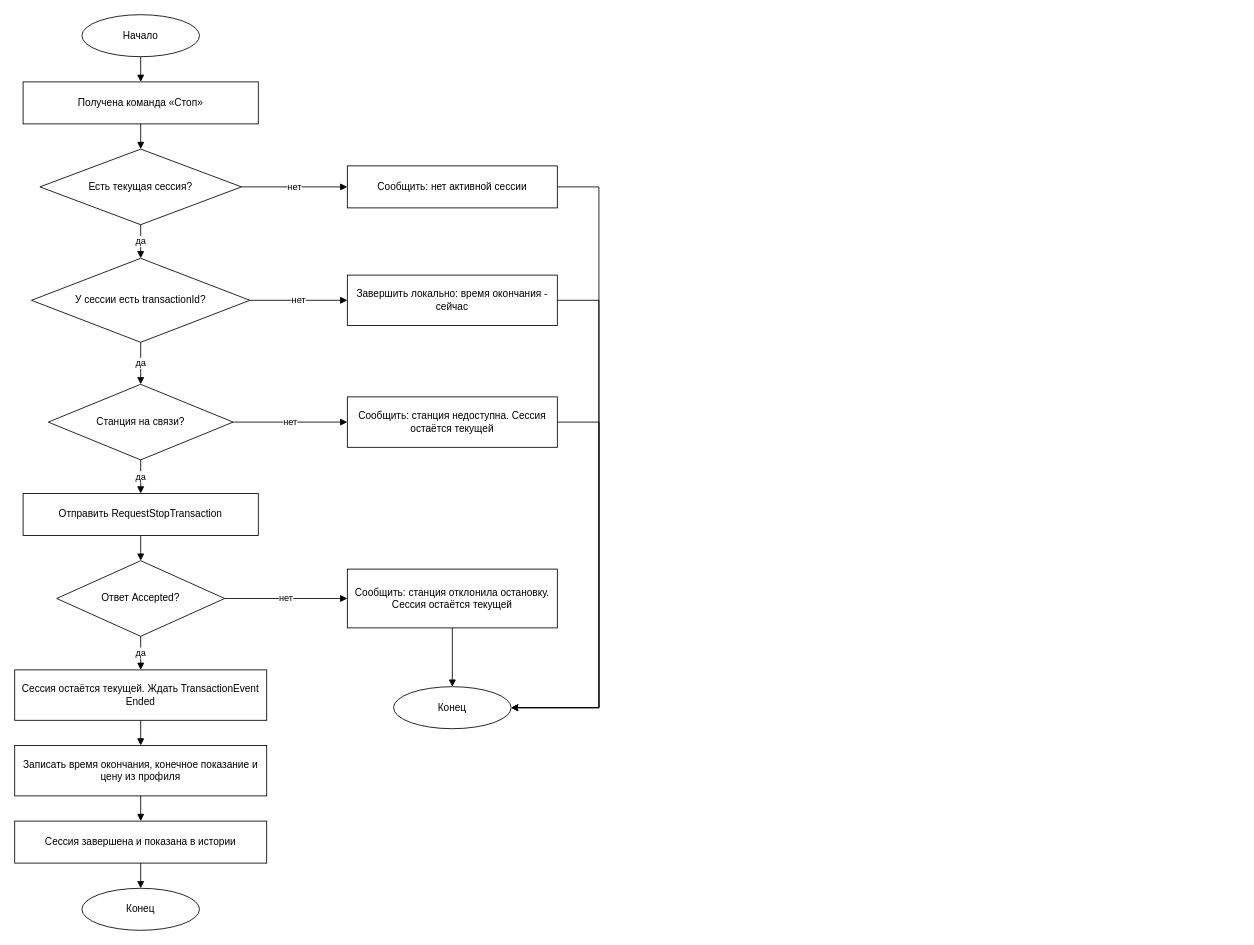
Above: Диаграммы/Остановка сессии (2.8).drawio in PetrachkovArtem/diplom (draw.io), before the change. Source tidied: cells renumbered, new cells numbered last; positions are measured from the earlier drawing's top-left corner, leaving out a move shared by most shapes. Both pictures are drawn from the tidied source at 84%, with x=0, y=0 at pixel (14, 14).
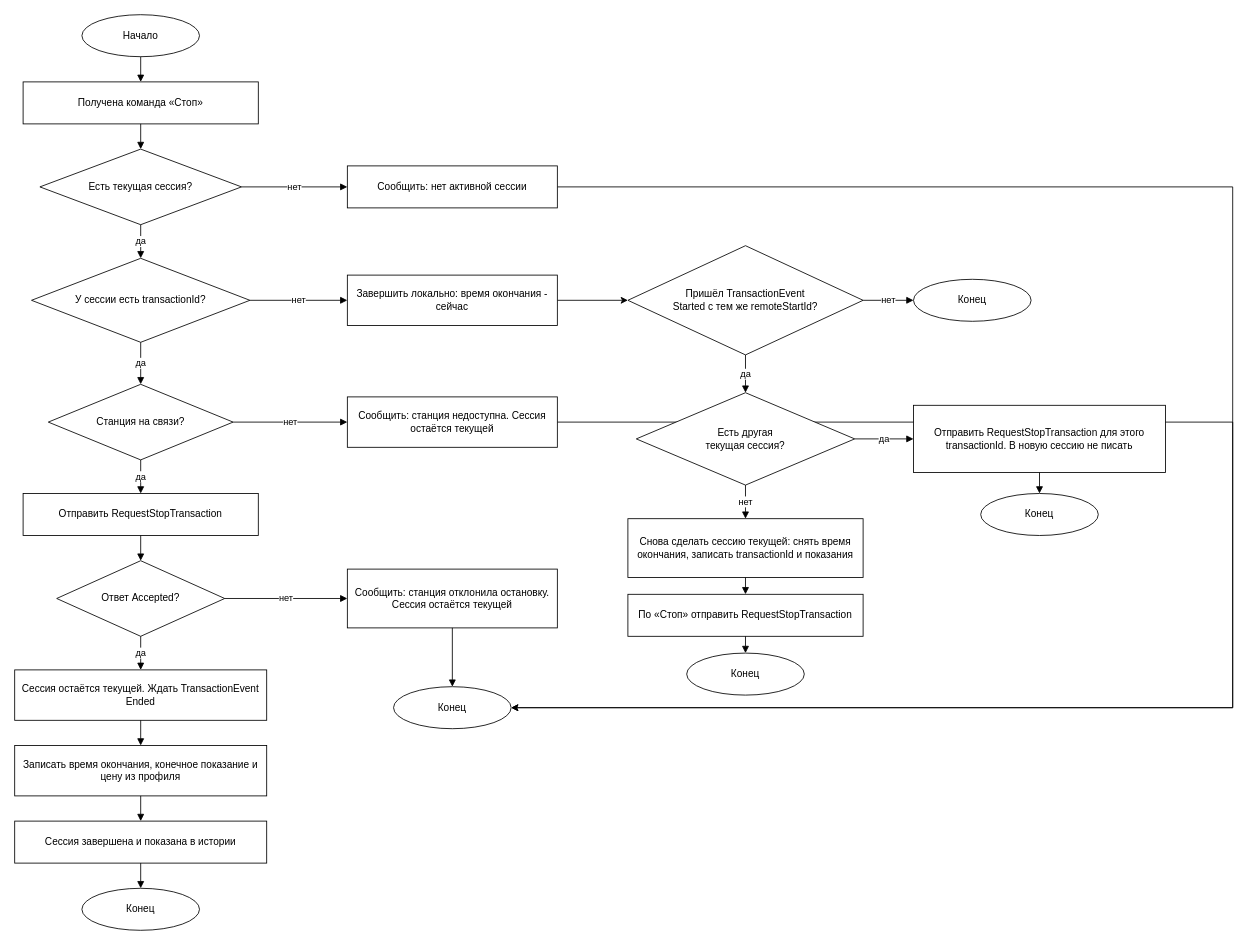
The same page after the edit.

Unchanged cells that the change refers to:
```xml
<mxCell id="14" value="Сообщить: нет активной сессии" style="rounded=0;whiteSpace=wrap;html=1;fillColor=#ffffff;strokeColor=#000000;fontColor=#000000;" parent="1" vertex="1">
  <mxGeometry x="396" y="180" width="250" height="50" as="geometry" />
</mxCell>
<mxCell id="16" value="Завершить локально: время окончания - сейчас" style="rounded=0;whiteSpace=wrap;html=1;fillColor=#ffffff;strokeColor=#000000;fontColor=#000000;" parent="1" vertex="1">
  <mxGeometry x="396" y="310" width="250" height="60" as="geometry" />
</mxCell>
<mxCell id="18" value="Сообщить: станция недоступна. Сессия остаётся текущей" style="rounded=0;whiteSpace=wrap;html=1;fillColor=#ffffff;strokeColor=#000000;fontColor=#000000;" parent="1" vertex="1">
  <mxGeometry x="396" y="455" width="250" height="60" as="geometry" />
</mxCell>
<mxCell id="20" value="Конец" style="ellipse;whiteSpace=wrap;html=1;fillColor=#ffffff;strokeColor=#000000;fontColor=#000000;" parent="1" vertex="1">
  <mxGeometry x="451" y="800" width="140" height="50" as="geometry" />
</mxCell>
```

What changed in the source:
```diff
@@
     <mxCell id="13" style="edgeStyle=orthogonalEdgeStyle;rounded=0;jettySize=auto;html=1;entryX=1;entryY=0.5;entryDx=0;entryDy=0;defaultLabelBackgroundColor=page;" parent="1" edge="1" source="14" target="20">
       <mxGeometry relative="1" as="geometry">
         <Array as="points">
-          <mxPoint x="695.5" y="205" />
-          <mxPoint x="695.5" y="825" />
+          <mxPoint x="1450" y="205" />
+          <mxPoint x="1450" y="825" />
         </Array>
       </mxGeometry>
     </mxCell>
@@
-    <mxCell id="15" style="edgeStyle=orthogonalEdgeStyle;rounded=0;jettySize=auto;html=1;entryX=1;entryY=0.5;entryDx=0;entryDy=0;defaultLabelBackgroundColor=page;" parent="1" edge="1" source="16" target="20">
-      <mxGeometry relative="1" as="geometry">
-        <Array as="points">
-          <mxPoint x="695.5" y="340" />
-          <mxPoint x="695.5" y="825" />
-        </Array>
-      </mxGeometry>
+    <mxCell id="15" style="edgeStyle=orthogonalEdgeStyle;rounded=0;jettySize=auto;html=1;exitX=1;exitY=0.5;entryX=0;entryY=0.5;strokeColor=#000000;fontColor=#000000;" parent="1" edge="1" source="16" target="36">
+      <mxGeometry relative="1" as="geometry" />
     </mxCell>
@@
     <mxCell id="17" style="edgeStyle=orthogonalEdgeStyle;rounded=0;jettySize=auto;html=1;entryX=1;entryY=0.5;entryDx=0;entryDy=0;defaultLabelBackgroundColor=page;" parent="1" edge="1" source="18" target="20">
       <mxGeometry relative="1" as="geometry">
         <Array as="points">
-          <mxPoint x="695.6" y="485" />
-          <mxPoint x="695.6" y="825" />
+          <mxPoint x="1450" y="485" />
+          <mxPoint x="1450" y="825" />
         </Array>
       </mxGeometry>
     </mxCell>
@@
+    <mxCell id="36" value="Пришёл TransactionEvent&lt;div&gt;Started с тем же remoteStartId?&lt;/div&gt;" style="rhombus;whiteSpace=wrap;html=1;fillColor=#ffffff;strokeColor=#000000;fontColor=#000000;" parent="1" vertex="1">
+      <mxGeometry x="730" y="275" width="280" height="130" as="geometry" />
+    </mxCell>
+    <mxCell id="37" value="Конец" style="ellipse;whiteSpace=wrap;html=1;fillColor=#ffffff;strokeColor=#000000;fontColor=#000000;" parent="1" vertex="1">
+      <mxGeometry x="1070" y="315" width="140" height="50" as="geometry" />
+    </mxCell>
+    <mxCell id="38" value="Есть другая&lt;div&gt;текущая сессия?&lt;/div&gt;" style="rhombus;whiteSpace=wrap;html=1;fillColor=#ffffff;strokeColor=#000000;fontColor=#000000;" parent="1" vertex="1">
+      <mxGeometry x="740" y="450" width="260" height="110" as="geometry" />
+    </mxCell>
+    <mxCell id="39" value="Отправить RequestStopTransaction для этого transactionId. В новую сессию не писать" style="rounded=0;whiteSpace=wrap;html=1;fillColor=#ffffff;strokeColor=#000000;fontColor=#000000;" parent="1" vertex="1">
+      <mxGeometry x="1070" y="465" width="300" height="80" as="geometry" />
+    </mxCell>
+    <mxCell id="40" value="Конец" style="ellipse;whiteSpace=wrap;html=1;fillColor=#ffffff;strokeColor=#000000;fontColor=#000000;" parent="1" vertex="1">
+      <mxGeometry x="1150" y="570" width="140" height="50" as="geometry" />
+    </mxCell>
+    <mxCell id="41" value="Снова сделать сессию текущей: снять время окончания, записать transactionId и показания" style="rounded=0;whiteSpace=wrap;html=1;fillColor=#ffffff;strokeColor=#000000;fontColor=#000000;" parent="1" vertex="1">
+      <mxGeometry x="730" y="600" width="280" height="70" as="geometry" />
+    </mxCell>
+    <mxCell id="42" value="По «Стоп» отправить RequestStopTransaction" style="rounded=0;whiteSpace=wrap;html=1;fillColor=#ffffff;strokeColor=#000000;fontColor=#000000;" parent="1" vertex="1">
+      <mxGeometry x="730" y="690" width="280" height="50" as="geometry" />
+    </mxCell>
+    <mxCell id="43" value="Конец" style="ellipse;whiteSpace=wrap;html=1;fillColor=#ffffff;strokeColor=#000000;fontColor=#000000;" parent="1" vertex="1">
+      <mxGeometry x="800" y="760" width="140" height="50" as="geometry" />
+    </mxCell>
+    <mxCell id="44" value="нет" style="endArrow=block;html=1;strokeColor=#000000;fontColor=#000000;exitX=1;exitY=0.5;entryX=0;entryY=0.5;labelBackgroundColor=#ffffff;" parent="1" edge="1" source="36" target="37">
+      <mxGeometry relative="1" as="geometry" />
+    </mxCell>
+    <mxCell id="45" value="да" style="endArrow=block;html=1;strokeColor=#000000;fontColor=#000000;labelBackgroundColor=#ffffff;" parent="1" edge="1" source="36" target="38">
+      <mxGeometry relative="1" as="geometry" />
+    </mxCell>
+    <mxCell id="46" value="да" style="endArrow=block;html=1;strokeColor=#000000;fontColor=#000000;exitX=1;exitY=0.5;entryX=0;entryY=0.5;labelBackgroundColor=#ffffff;" parent="1" edge="1" source="38" target="39">
+      <mxGeometry relative="1" as="geometry" />
+    </mxCell>
+    <mxCell id="47" style="endArrow=block;html=1;strokeColor=#000000;fontColor=#000000;" parent="1" edge="1" source="39" target="40">
+      <mxGeometry relative="1" as="geometry" />
+    </mxCell>
+    <mxCell id="48" value="нет" style="endArrow=block;html=1;strokeColor=#000000;fontColor=#000000;labelBackgroundColor=#ffffff;" parent="1" edge="1" source="38" target="41">
+      <mxGeometry relative="1" as="geometry" />
+    </mxCell>
+    <mxCell id="49" style="endArrow=block;html=1;strokeColor=#000000;fontColor=#000000;" parent="1" edge="1" source="41" target="42">
+      <mxGeometry relative="1" as="geometry" />
+    </mxCell>
+    <mxCell id="50" style="endArrow=block;html=1;strokeColor=#000000;fontColor=#000000;" parent="1" edge="1" source="42" target="43">
+      <mxGeometry relative="1" as="geometry" />
+    </mxCell>
```
